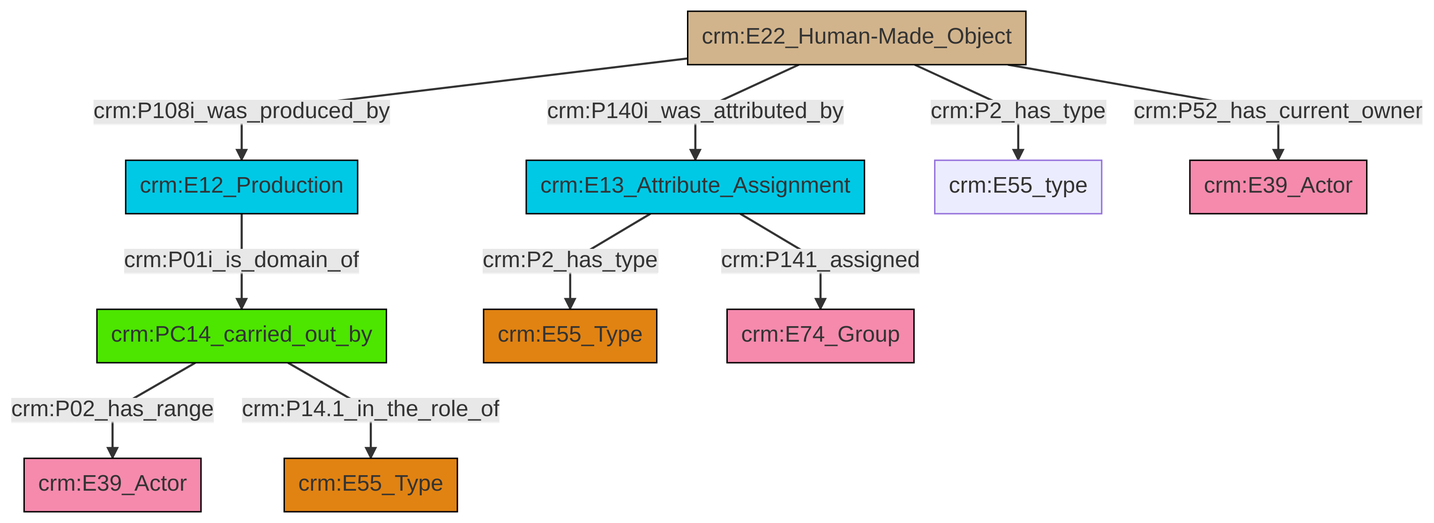
The Mermaid diagram et/builtWorkCSV/ttl/mmd/png/Built_Work_actor_relations.png in swiss-art-research-net/reference-data-models, before a commit. Its source is kept beside it as et/builtWorkCSV/ttl/mmd/Built_Work_actor_relations.ttl.mmd.
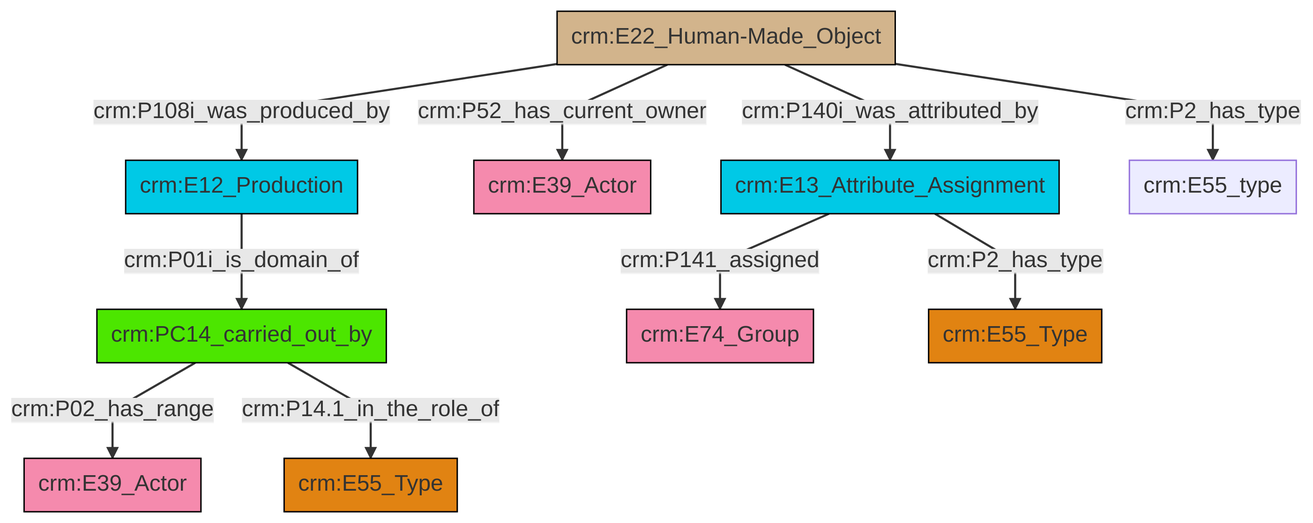
The same diagram one commit later.

What changed in the source:
```diff
@@ -13,12 +13,12 @@
 classDef PC_Classes fill:#4ce600, stroke:#000000;
 classDef Multi fill:#cccccc,stroke:#000000;
 
-2["crm:PC14_carried_out_by"]:::PC_Classes -->|crm:P02_has_range| 0["crm:E39_Actor"]:::Actor
-3["crm:E13_Attribute_Assignment"]:::Temporal_Entity -->|crm:P2_has_type| 4["crm:E55_Type"]:::Type
-6["crm:E12_Production"]:::Temporal_Entity -->|crm:P01i_is_domain_of| 2["crm:PC14_carried_out_by"]:::PC_Classes
-8["crm:E22_Human-Made_Object"]:::Physical_Thing -->|crm:P108i_was_produced_by| 6["crm:E12_Production"]:::Temporal_Entity
-8["crm:E22_Human-Made_Object"]:::Physical_Thing -->|crm:P2_has_type| 9["crm:E55_type"]:::Default
-8["crm:E22_Human-Made_Object"]:::Physical_Thing -->|crm:P52_has_current_owner| 13["crm:E39_Actor"]:::Actor
-3["crm:E13_Attribute_Assignment"]:::Temporal_Entity -->|crm:P141_assigned| 15["crm:E74_Group"]:::Actor
-2["crm:PC14_carried_out_by"]:::PC_Classes -->|crm:P14.1_in_the_role_of| 11["crm:E55_Type"]:::Type
-8["crm:E22_Human-Made_Object"]:::Physical_Thing -->|crm:P140i_was_attributed_by| 3["crm:E13_Attribute_Assignment"]:::Temporal_Entity
+2["crm:PC14_carried_out_by"]:::PC_Classes -->|crm:P02_has_range| 4["crm:E39_Actor"]:::Actor
+5["crm:E13_Attribute_Assignment"]:::Temporal_Entity -->|crm:P141_assigned| 6["crm:E74_Group"]:::Actor
+5["crm:E13_Attribute_Assignment"]:::Temporal_Entity -->|crm:P2_has_type| 0["crm:E55_Type"]:::Type
+2["crm:PC14_carried_out_by"]:::PC_Classes -->|crm:P14.1_in_the_role_of| 8["crm:E55_Type"]:::Type
+12["crm:E22_Human-Made_Object"]:::Physical_Thing -->|crm:P108i_was_produced_by| 10["crm:E12_Production"]:::Temporal_Entity
+12["crm:E22_Human-Made_Object"]:::Physical_Thing -->|crm:P52_has_current_owner| 14["crm:E39_Actor"]:::Actor
+12["crm:E22_Human-Made_Object"]:::Physical_Thing -->|crm:P140i_was_attributed_by| 5["crm:E13_Attribute_Assignment"]:::Temporal_Entity
+12["crm:E22_Human-Made_Object"]:::Physical_Thing -->|crm:P2_has_type| 19["crm:E55_type"]:::Default
+10["crm:E12_Production"]:::Temporal_Entity -->|crm:P01i_is_domain_of| 2["crm:PC14_carried_out_by"]:::PC_Classes
```
